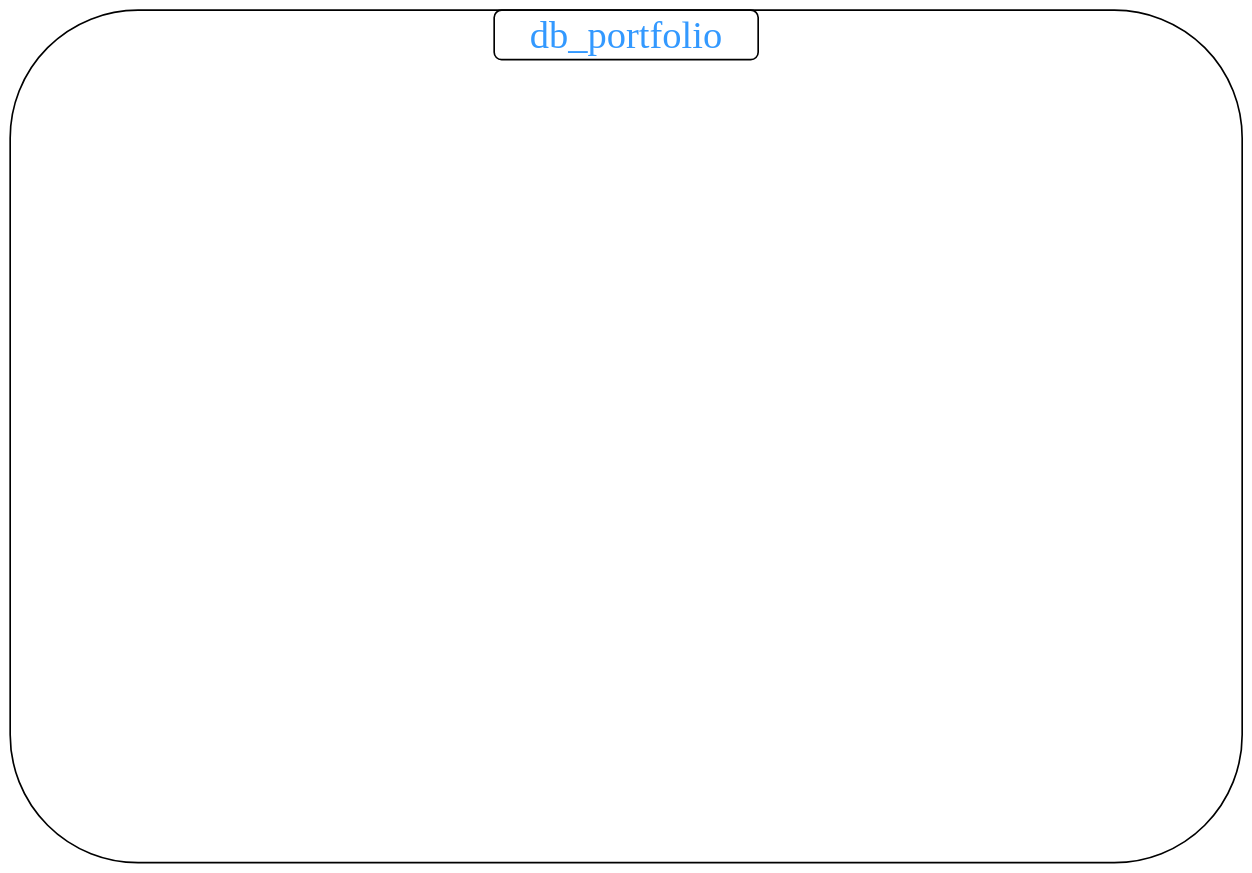
Before: public/portfolio.drawio in gwendvr/Portfolio-Gwen, a draw.io diagram. Source tidied: cells renumbered, new cells numbered last; positions are measured from the earlier drawing's top-left corner, leaving out a move shared by most shapes. Both pictures are drawn from the tidied source at 55%, with x=0, y=0 at pixel (10, 10).
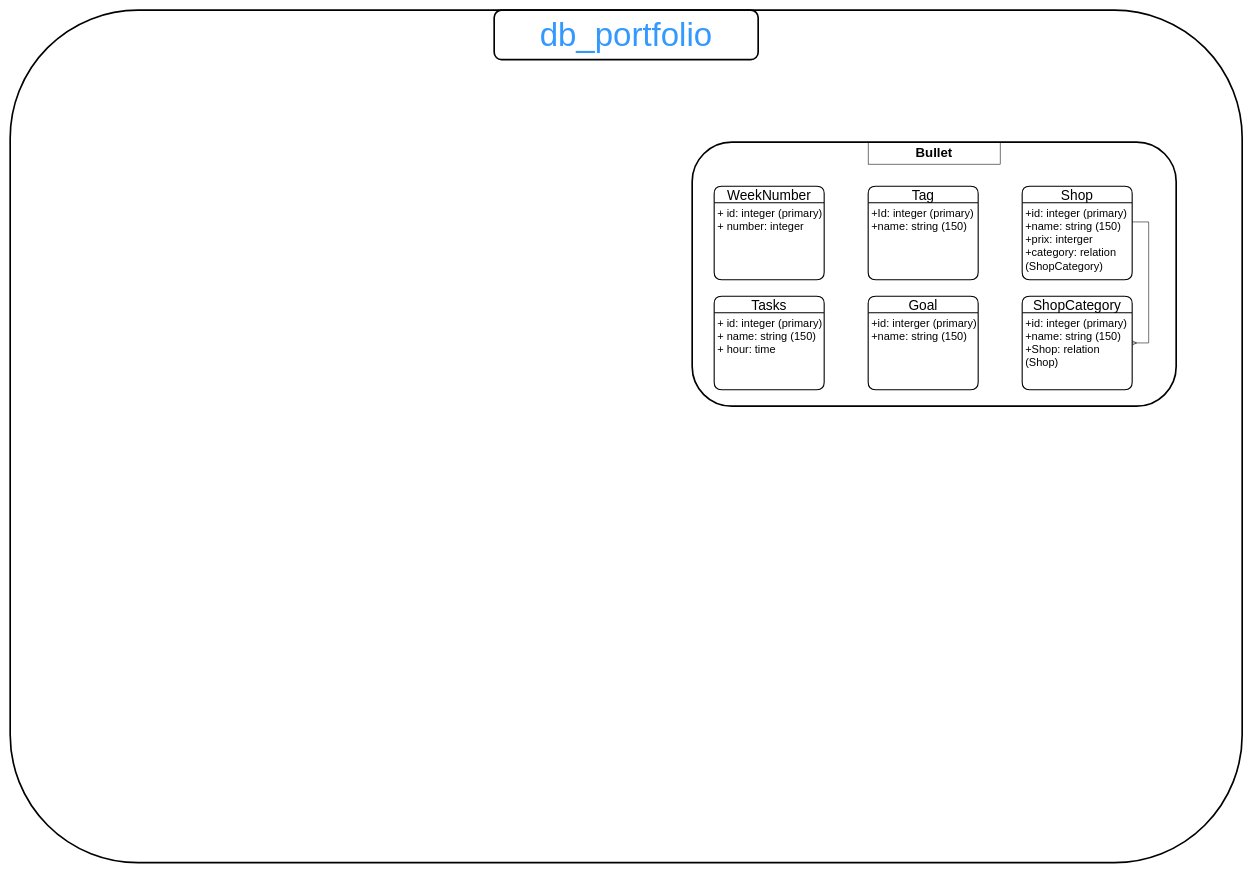
The same diagram, later.

The edit, as a diff of the source:
```diff
@@
 <mxGraphModel>
   <root>
     <mxCell id="0" />
     <mxCell id="1" parent="0" />
     <mxCell id="2" style="rounded=1;whiteSpace=wrap;html=1;fillColor=none;strokeWidth=3;" parent="1" vertex="1">
       <mxGeometry width="2240" height="1550" as="geometry" />
     </mxCell>
-    <mxCell id="3" value="&lt;font style=&quot;font-size: 70px&quot; face=&quot;Garamond&quot; color=&quot;#3399ff&quot;&gt;db_portfolio&lt;/font&gt;" style="rounded=1;whiteSpace=wrap;html=1;strokeWidth=3;fillColor=none;" parent="1" vertex="1">
+    <mxCell id="3" value="&lt;font style=&quot;font-size: 60px&quot; color=&quot;#3399ff&quot;&gt;db_portfolio&lt;/font&gt;" style="rounded=1;whiteSpace=wrap;html=1;strokeWidth=3;fillColor=none;" parent="1" vertex="1">
       <mxGeometry x="880" width="480" height="90" as="geometry" />
     </mxCell>
+    <mxCell id="4" value="WeekNumber" style="swimlane;horizontal=1;startSize=30;rounded=1;fontSize=25;fontStyle=0;strokeWidth=2;shadow=0;dashed=0;align=center;" parent="1" vertex="1">
+      <mxGeometry x="1280" y="320" width="200" height="170" as="geometry" />
+    </mxCell>
+    <mxCell id="5" value="+ id: integer (primary)&#10;+ number: integer" style="align=left;strokeColor=none;fillColor=none;spacingLeft=4;fontSize=20;verticalAlign=top;" parent="4" vertex="1">
+      <mxGeometry y="30" width="200" height="140" as="geometry" />
+    </mxCell>
+    <mxCell id="6" value="Tasks" style="swimlane;horizontal=1;startSize=30;rounded=1;fontSize=25;fontStyle=0;strokeWidth=2;shadow=0;dashed=0;align=center;fillColor=none;" parent="1" vertex="1">
+      <mxGeometry x="1280" y="520" width="200" height="170" as="geometry" />
+    </mxCell>
+    <mxCell id="7" value="+ id: integer (primary)&#10;+ name: string (150)&#10;+ hour: time" style="align=left;strokeColor=none;fillColor=none;spacingLeft=4;fontSize=20;verticalAlign=top;" parent="6" vertex="1">
+      <mxGeometry y="30" width="200" height="140" as="geometry" />
+    </mxCell>
+    <mxCell id="8" value="Tag" style="swimlane;horizontal=1;startSize=30;rounded=1;fontSize=25;fontStyle=0;strokeWidth=2;shadow=0;dashed=0;align=center;fillColor=none;" parent="1" vertex="1">
+      <mxGeometry x="1560" y="320" width="200" height="170" as="geometry" />
+    </mxCell>
+    <mxCell id="9" value="+Id: integer (primary)&#10;+name: string (150)" style="align=left;strokeColor=none;fillColor=none;spacingLeft=4;fontSize=20;verticalAlign=top;" parent="8" vertex="1">
+      <mxGeometry y="30" width="200" height="140" as="geometry" />
+    </mxCell>
+    <mxCell id="10" value="Goal" style="swimlane;horizontal=1;startSize=30;rounded=1;fontSize=25;fontStyle=0;strokeWidth=2;shadow=0;dashed=0;align=center;fillColor=none;" parent="1" vertex="1">
+      <mxGeometry x="1560" y="520" width="200" height="170" as="geometry" />
+    </mxCell>
+    <mxCell id="11" value="+id: interger (primary)&#10;+name: string (150)" style="align=left;strokeColor=none;fillColor=none;spacingLeft=4;fontSize=20;verticalAlign=top;" parent="10" vertex="1">
+      <mxGeometry y="30" width="200" height="140" as="geometry" />
+    </mxCell>
+    <mxCell id="12" value="Shop" style="swimlane;horizontal=1;startSize=30;rounded=1;fontSize=25;fontStyle=0;strokeWidth=2;shadow=0;dashed=0;align=center;fillColor=none;" parent="1" vertex="1">
+      <mxGeometry x="1840" y="320" width="200" height="170" as="geometry" />
+    </mxCell>
+    <mxCell id="13" value="+id: integer (primary)&#10;+name: string (150)&#10;+prix: interger&#10;+category: relation&#10;(ShopCategory)&#10;" style="align=left;strokeColor=none;fillColor=none;spacingLeft=4;fontSize=20;verticalAlign=top;" parent="12" vertex="1">
+      <mxGeometry y="30" width="200" height="140" as="geometry" />
+    </mxCell>
+    <mxCell id="14" value="ShopCategory" style="swimlane;horizontal=1;startSize=30;rounded=1;fontSize=25;fontStyle=0;strokeWidth=2;shadow=0;dashed=0;align=center;fillColor=none;" parent="1" vertex="1">
+      <mxGeometry x="1840" y="520" width="200" height="170" as="geometry" />
+    </mxCell>
+    <mxCell id="15" value="+id: integer (primary)&#10;+name: string (150)&#10;+Shop: relation&#10;(Shop)" style="align=left;strokeColor=none;fillColor=none;spacingLeft=4;fontSize=20;verticalAlign=top;" parent="14" vertex="1">
+      <mxGeometry y="30" width="200" height="140" as="geometry" />
+    </mxCell>
+    <mxCell id="16" value="&lt;font size=&quot;1&quot;&gt;&lt;b style=&quot;font-size: 24px&quot;&gt;Bullet&lt;/b&gt;&lt;/font&gt;" style="whiteSpace=wrap;html=1;align=center;fillColor=none;" parent="1" vertex="1">
+      <mxGeometry x="1560" y="240" width="240" height="40" as="geometry" />
+    </mxCell>
+    <mxCell id="17" style="edgeStyle=entityRelationEdgeStyle;fontSize=12;html=1;endArrow=ERmany;rounded=0;exitX=1;exitY=0.25;exitDx=0;exitDy=0;" parent="1" edge="1" source="13" target="14">
+      <mxGeometry relative="1" as="geometry" />
+    </mxCell>
+    <mxCell id="18" style="rounded=1;whiteSpace=wrap;html=1;fontFamily=Helvetica;fontSize=25;fontColor=#3399FF;strokeWidth=3;fillColor=none;" parent="1" vertex="1">
+      <mxGeometry x="1240" y="240" width="880" height="480" as="geometry" />
+    </mxCell>
   </root>
 </mxGraphModel>
```
